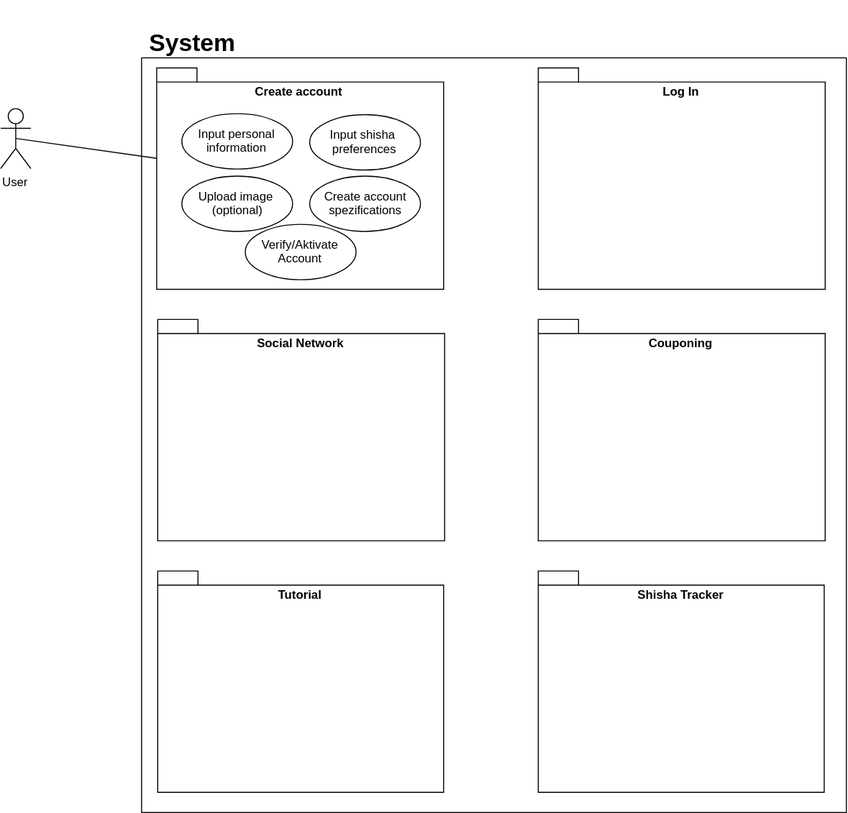
The draw.io diagram documentation/SheeshAppOUCD.svg in DawidMa/sheeshApp, before a commit. Source tidied: cells renumbered, new cells last; positions are measured from the earlier drawing's top-left corner, leaving out a move shared by most shapes. Source of this version:
```xml
<mxGraphModel background="#ffffff">
  <root>
    <mxCell id="0" />
    <mxCell id="1" parent="0" />
    <mxCell id="2" value="User" style="shape=umlActor;verticalLabelPosition=bottom;labelBackgroundColor=#ffffff;verticalAlign=top;html=1;" parent="1" vertex="1">
      <mxGeometry y="100" width="30" height="60" as="geometry" />
    </mxCell>
    <mxCell id="3" style="html=1;" parent="1" vertex="1">
      <mxGeometry x="140" y="50" width="700" height="750" as="geometry" />
    </mxCell>
    <mxCell id="4" value="&lt;div&gt;&lt;br&gt;&lt;/div&gt;&lt;div&gt;System&lt;/div&gt;" style="text;strokeColor=none;fillColor=none;html=1;fontSize=24;fontStyle=1;verticalAlign=middle;align=center;" parent="1" vertex="1">
      <mxGeometry x="140" width="100" height="40" as="geometry" />
    </mxCell>
    <mxCell id="5" value="Create account" style="shape=folder;fontStyle=1;spacingTop=10;tabWidth=40;tabHeight=14;tabPosition=left;html=1;verticalAlign=top;labelPosition=center;verticalLabelPosition=middle;align=center;" parent="1" vertex="1">
      <mxGeometry x="155" y="60" width="285" height="220" as="geometry" />
    </mxCell>
    <mxCell id="6" value="Input personal&lt;div&gt;information&lt;/div&gt;" style="ellipse;whiteSpace=wrap;html=1;" parent="1" vertex="1">
      <mxGeometry x="180" y="105" width="110" height="55" as="geometry" />
    </mxCell>
    <mxCell id="7" value="Input shisha&amp;nbsp;&lt;div&gt;preferences&lt;/div&gt;" style="ellipse;whiteSpace=wrap;html=1;" parent="1" vertex="1">
      <mxGeometry x="307" y="106" width="110" height="55" as="geometry" />
    </mxCell>
    <mxCell id="8" value="Verify/Aktivate&lt;div&gt;Account&lt;/div&gt;" style="ellipse;whiteSpace=wrap;html=1;" parent="1" vertex="1">
      <mxGeometry x="243" y="215" width="110" height="55" as="geometry" />
    </mxCell>
    <mxCell id="9" value="Upload image&amp;nbsp;&lt;div&gt;(optional)&lt;/div&gt;" style="ellipse;whiteSpace=wrap;html=1;" parent="1" vertex="1">
      <mxGeometry x="180" y="167" width="110" height="55" as="geometry" />
    </mxCell>
    <mxCell id="10" value="Create account&lt;div&gt;spezifications&lt;/div&gt;" style="ellipse;whiteSpace=wrap;html=1;" parent="1" vertex="1">
      <mxGeometry x="307" y="167" width="110" height="55" as="geometry" />
    </mxCell>
    <mxCell id="11" value="Log In" style="shape=folder;fontStyle=1;spacingTop=10;tabWidth=40;tabHeight=14;tabPosition=left;html=1;verticalAlign=top;labelPosition=center;verticalLabelPosition=middle;align=center;" parent="1" vertex="1">
      <mxGeometry x="534" y="60" width="285" height="220" as="geometry" />
    </mxCell>
    <mxCell id="12" style="endArrow=none;html=1;exitX=0.5;exitY=0.5;exitPerimeter=0;" parent="1" edge="1" source="2" target="5">
      <mxGeometry relative="1" as="geometry" />
    </mxCell>
    <mxCell id="13" value="Social Network" style="shape=folder;fontStyle=1;spacingTop=10;tabWidth=40;tabHeight=14;tabPosition=left;html=1;verticalAlign=top;labelPosition=center;verticalLabelPosition=middle;align=center;" parent="1" vertex="1">
      <mxGeometry x="156" y="310" width="285" height="220" as="geometry" />
    </mxCell>
    <mxCell id="14" value="Couponing" style="shape=folder;fontStyle=1;spacingTop=10;tabWidth=40;tabHeight=14;tabPosition=left;html=1;verticalAlign=top;labelPosition=center;verticalLabelPosition=middle;align=center;" parent="1" vertex="1">
      <mxGeometry x="534" y="310" width="285" height="220" as="geometry" />
    </mxCell>
    <mxCell id="15" value="Tutorial" style="shape=folder;fontStyle=1;spacingTop=10;tabWidth=40;tabHeight=14;tabPosition=left;html=1;verticalAlign=top;labelPosition=center;verticalLabelPosition=middle;align=center;" parent="1" vertex="1">
      <mxGeometry x="156" y="560" width="284" height="220" as="geometry" />
    </mxCell>
    <mxCell id="16" value="Shisha Tracker" style="shape=folder;fontStyle=1;spacingTop=10;tabWidth=40;tabHeight=14;tabPosition=left;html=1;verticalAlign=top;labelPosition=center;verticalLabelPosition=middle;align=center;" parent="1" vertex="1">
      <mxGeometry x="534" y="560" width="284" height="220" as="geometry" />
    </mxCell>
  </root>
</mxGraphModel>
```
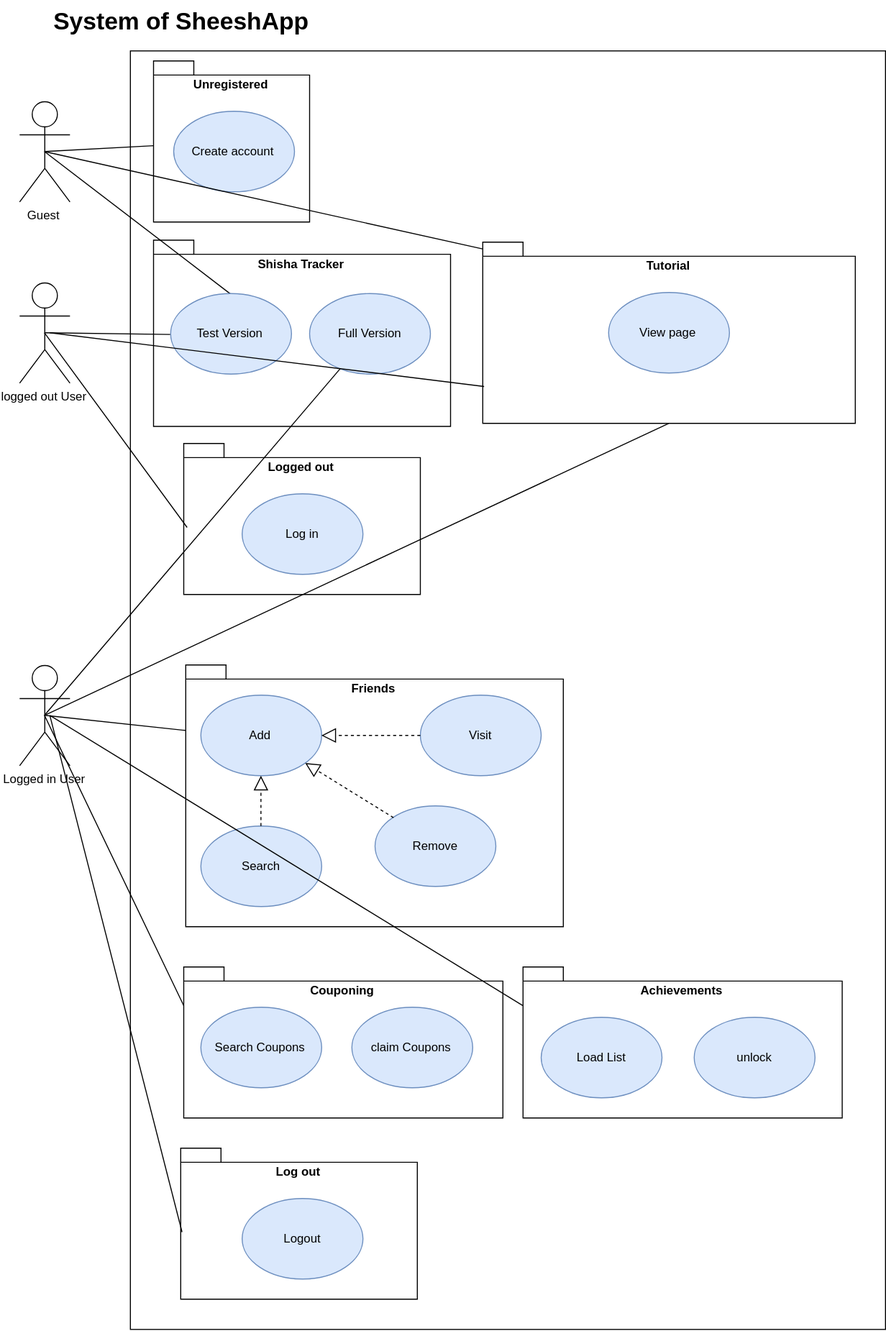
After the commit.

Change to the diagram source:
```diff
@@ -2,50 +2,137 @@
   <root>
     <mxCell id="0" />
     <mxCell id="1" parent="0" />
-    <mxCell id="2" value="User" style="shape=umlActor;verticalLabelPosition=bottom;labelBackgroundColor=#ffffff;verticalAlign=top;html=1;" parent="1" vertex="1">
-      <mxGeometry y="100" width="30" height="60" as="geometry" />
-    </mxCell>
     <mxCell id="3" style="html=1;" parent="1" vertex="1">
-      <mxGeometry x="140" y="50" width="700" height="750" as="geometry" />
+      <mxGeometry x="140" y="50" width="750" height="1270" as="geometry" />
     </mxCell>
+    <mxCell id="16" value="Shisha Tracker" style="shape=folder;fontStyle=1;spacingTop=10;tabWidth=40;tabHeight=14;tabPosition=left;html=1;verticalAlign=top;labelPosition=center;verticalLabelPosition=middle;align=center;" parent="1" vertex="1">
+      <mxGeometry x="163" y="238" width="295" height="185" as="geometry" />
+    </mxCell>
-    <mxCell id="4" value="&lt;div&gt;&lt;br&gt;&lt;/div&gt;&lt;div&gt;System&lt;/div&gt;" style="text;strokeColor=none;fillColor=none;html=1;fontSize=24;fontStyle=1;verticalAlign=middle;align=center;" parent="1" vertex="1">
+    <mxCell id="4" value="System of SheeshApp" style="text;strokeColor=none;fillColor=none;html=1;fontSize=24;fontStyle=1;verticalAlign=middle;align=center;" parent="1" vertex="1">
       <mxGeometry x="140" width="100" height="40" as="geometry" />
     </mxCell>
-    <mxCell id="5" value="Create account" style="shape=folder;fontStyle=1;spacingTop=10;tabWidth=40;tabHeight=14;tabPosition=left;html=1;verticalAlign=top;labelPosition=center;verticalLabelPosition=middle;align=center;" parent="1" vertex="1">
-      <mxGeometry x="155" y="60" width="285" height="220" as="geometry" />
+    <mxCell id="5" value="Unregistered" style="shape=folder;fontStyle=1;spacingTop=10;tabWidth=40;tabHeight=14;tabPosition=left;html=1;verticalAlign=top;labelPosition=center;verticalLabelPosition=middle;align=center;" parent="1" vertex="1">
+      <mxGeometry x="163" y="60" width="155" height="160" as="geometry" />
     </mxCell>
-    <mxCell id="6" value="Input personal&lt;div&gt;information&lt;/div&gt;" style="ellipse;whiteSpace=wrap;html=1;" parent="1" vertex="1">
-      <mxGeometry x="180" y="105" width="110" height="55" as="geometry" />
-    </mxCell>
-    <mxCell id="7" value="Input shisha&amp;nbsp;&lt;div&gt;preferences&lt;/div&gt;" style="ellipse;whiteSpace=wrap;html=1;" parent="1" vertex="1">
-      <mxGeometry x="307" y="106" width="110" height="55" as="geometry" />
-    </mxCell>
-    <mxCell id="8" value="Verify/Aktivate&lt;div&gt;Account&lt;/div&gt;" style="ellipse;whiteSpace=wrap;html=1;" parent="1" vertex="1">
-      <mxGeometry x="243" y="215" width="110" height="55" as="geometry" />
-    </mxCell>
-    <mxCell id="9" value="Upload image&amp;nbsp;&lt;div&gt;(optional)&lt;/div&gt;" style="ellipse;whiteSpace=wrap;html=1;" parent="1" vertex="1">
-      <mxGeometry x="180" y="167" width="110" height="55" as="geometry" />
-    </mxCell>
-    <mxCell id="10" value="Create account&lt;div&gt;spezifications&lt;/div&gt;" style="ellipse;whiteSpace=wrap;html=1;" parent="1" vertex="1">
-      <mxGeometry x="307" y="167" width="110" height="55" as="geometry" />
-    </mxCell>
-    <mxCell id="11" value="Log In" style="shape=folder;fontStyle=1;spacingTop=10;tabWidth=40;tabHeight=14;tabPosition=left;html=1;verticalAlign=top;labelPosition=center;verticalLabelPosition=middle;align=center;" parent="1" vertex="1">
-      <mxGeometry x="534" y="60" width="285" height="220" as="geometry" />
+    <mxCell id="11" value="Logged out" style="shape=folder;fontStyle=1;spacingTop=10;tabWidth=40;tabHeight=14;tabPosition=left;html=1;verticalAlign=top;labelPosition=center;verticalLabelPosition=middle;align=center;" parent="1" vertex="1">
+      <mxGeometry x="193" y="440" width="235" height="150" as="geometry" />
     </mxCell>
     <mxCell id="12" style="endArrow=none;html=1;exitX=0.5;exitY=0.5;exitPerimeter=0;" parent="1" edge="1" source="2" target="5">
       <mxGeometry relative="1" as="geometry" />
     </mxCell>
-    <mxCell id="13" value="Social Network" style="shape=folder;fontStyle=1;spacingTop=10;tabWidth=40;tabHeight=14;tabPosition=left;html=1;verticalAlign=top;labelPosition=center;verticalLabelPosition=middle;align=center;" parent="1" vertex="1">
-      <mxGeometry x="156" y="310" width="285" height="220" as="geometry" />
+    <mxCell id="13" value="Friends" style="shape=folder;fontStyle=1;spacingTop=10;tabWidth=40;tabHeight=14;tabPosition=left;html=1;verticalAlign=top;labelPosition=center;verticalLabelPosition=middle;align=center;" parent="1" vertex="1">
+      <mxGeometry x="195" y="660" width="375" height="260" as="geometry" />
     </mxCell>
     <mxCell id="14" value="Couponing" style="shape=folder;fontStyle=1;spacingTop=10;tabWidth=40;tabHeight=14;tabPosition=left;html=1;verticalAlign=top;labelPosition=center;verticalLabelPosition=middle;align=center;" parent="1" vertex="1">
-      <mxGeometry x="534" y="310" width="285" height="220" as="geometry" />
+      <mxGeometry x="193" y="960" width="317" height="150" as="geometry" />
     </mxCell>
     <mxCell id="15" value="Tutorial" style="shape=folder;fontStyle=1;spacingTop=10;tabWidth=40;tabHeight=14;tabPosition=left;html=1;verticalAlign=top;labelPosition=center;verticalLabelPosition=middle;align=center;" parent="1" vertex="1">
-      <mxGeometry x="156" y="560" width="284" height="220" as="geometry" />
+      <mxGeometry x="490" y="240" width="370" height="180" as="geometry" />
     </mxCell>
-    <mxCell id="16" value="Shisha Tracker" style="shape=folder;fontStyle=1;spacingTop=10;tabWidth=40;tabHeight=14;tabPosition=left;html=1;verticalAlign=top;labelPosition=center;verticalLabelPosition=middle;align=center;" parent="1" vertex="1">
-      <mxGeometry x="534" y="560" width="284" height="220" as="geometry" />
-    </mxCell>
+    <mxCell id="17" value="Create account" style="ellipse;whiteSpace=wrap;html=1;fillColor=#dae8fc;strokeColor=#6c8ebf;" parent="1" vertex="1">
+      <mxGeometry x="183" y="110" width="120" height="80" as="geometry" />
+    </mxCell>
+    <mxCell id="2" value="Guest" style="shape=umlActor;verticalLabelPosition=bottom;labelBackgroundColor=#ffffff;verticalAlign=top;html=1;fillColor=#ffffff;strokeColor=#000000;" parent="1" vertex="1">
+      <mxGeometry x="30" y="100" width="50" height="100" as="geometry" />
+    </mxCell>
+    <mxCell id="18" value="Full Version" style="ellipse;whiteSpace=wrap;html=1;fillColor=#dae8fc;strokeColor=#6c8ebf;" parent="1" vertex="1">
+      <mxGeometry x="318" y="291" width="120" height="80" as="geometry" />
+    </mxCell>
+    <mxCell id="19" value="logged out User" style="shape=umlActor;verticalLabelPosition=bottom;labelBackgroundColor=#ffffff;verticalAlign=top;html=1;fillColor=#ffffff;strokeColor=#000000;" parent="1" vertex="1">
+      <mxGeometry x="30" y="280" width="50" height="100" as="geometry" />
+    </mxCell>
+    <mxCell id="20" style="endArrow=none;html=1;exitX=0.5;exitY=0.5;exitPerimeter=0;entryX=0.011;entryY=0.559;entryPerimeter=0;" parent="1" edge="1" source="19" target="11">
+      <mxGeometry relative="1" as="geometry" />
+    </mxCell>
+    <mxCell id="21" style="endArrow=none;html=1;exitX=0.5;exitY=0.5;exitPerimeter=0;entryX=0;entryY=0.5;" parent="1" edge="1" source="19" target="26">
+      <mxGeometry relative="1" as="geometry" />
+    </mxCell>
+    <mxCell id="22" value="Log in" style="ellipse;whiteSpace=wrap;html=1;fillColor=#dae8fc;strokeColor=#6c8ebf;" parent="1" vertex="1">
+      <mxGeometry x="251" y="490" width="120" height="80" as="geometry" />
+    </mxCell>
+    <mxCell id="23" value="Logged in User" style="shape=umlActor;verticalLabelPosition=bottom;labelBackgroundColor=#ffffff;verticalAlign=top;html=1;fillColor=#ffffff;strokeColor=#000000;" parent="1" vertex="1">
+      <mxGeometry x="30" y="660" width="50" height="100" as="geometry" />
+    </mxCell>
+    <mxCell id="24" style="endArrow=none;html=1;exitX=0.5;exitY=0.5;exitPerimeter=0;" parent="1" edge="1" source="23" target="18">
+      <mxGeometry relative="1" as="geometry" />
+    </mxCell>
+    <mxCell id="25" style="endArrow=none;html=1;exitX=0.5;exitY=0.5;exitPerimeter=0;entryX=0.5;entryY=0;" parent="1" edge="1" source="2" target="26">
+      <mxGeometry relative="1" as="geometry" />
+    </mxCell>
+    <mxCell id="26" value="Test Version" style="ellipse;whiteSpace=wrap;html=1;fillColor=#dae8fc;strokeColor=#6c8ebf;" parent="1" vertex="1">
+      <mxGeometry x="180" y="291" width="120" height="80" as="geometry" />
+    </mxCell>
+    <mxCell id="27" value="View page" style="ellipse;whiteSpace=wrap;html=1;fillColor=#dae8fc;strokeColor=#6c8ebf;" parent="1" vertex="1">
+      <mxGeometry x="615" y="290" width="120" height="80" as="geometry" />
+    </mxCell>
+    <mxCell id="28" style="endArrow=none;html=1;exitX=0.5;exitY=0.5;exitPerimeter=0;entryX=-0.003;entryY=0.033;entryPerimeter=0;" parent="1" edge="1" source="2" target="15">
+      <mxGeometry relative="1" as="geometry" />
+    </mxCell>
+    <mxCell id="29" style="endArrow=none;html=1;entryX=0.005;entryY=0.794;entryPerimeter=0;" parent="1" edge="1" target="15">
+      <mxGeometry relative="1" as="geometry">
+        <mxPoint x="60" y="330" as="sourcePoint" />
+      </mxGeometry>
+    </mxCell>
+    <mxCell id="30" style="endArrow=none;html=1;exitX=0.5;exitY=0.5;exitPerimeter=0;entryX=0.5;entryY=1;" parent="1" edge="1" source="23" target="15">
+      <mxGeometry relative="1" as="geometry" />
+    </mxCell>
+    <mxCell id="31" value="Remove" style="ellipse;whiteSpace=wrap;html=1;fillColor=#dae8fc;strokeColor=#6c8ebf;" parent="1" vertex="1">
+      <mxGeometry x="383" y="800" width="120" height="80" as="geometry" />
+    </mxCell>
+    <mxCell id="32" value="Add" style="ellipse;whiteSpace=wrap;html=1;fillColor=#dae8fc;strokeColor=#6c8ebf;" parent="1" vertex="1">
+      <mxGeometry x="210" y="690" width="120" height="80" as="geometry" />
+    </mxCell>
+    <mxCell id="33" value="Visit" style="ellipse;whiteSpace=wrap;html=1;fillColor=#dae8fc;strokeColor=#6c8ebf;" parent="1" vertex="1">
+      <mxGeometry x="428" y="690" width="120" height="80" as="geometry" />
+    </mxCell>
+    <mxCell id="34" value="Search" style="ellipse;whiteSpace=wrap;html=1;fillColor=#dae8fc;strokeColor=#6c8ebf;" parent="1" vertex="1">
+      <mxGeometry x="210" y="820" width="120" height="80" as="geometry" />
+    </mxCell>
+    <mxCell id="35" style="endArrow=block;dashed=1;endFill=0;endSize=12;html=1;exitX=0;exitY=0;" parent="1" edge="1" source="31" target="32">
+      <mxGeometry relative="1" as="geometry" />
+    </mxCell>
+    <mxCell id="36" style="endArrow=block;dashed=1;endFill=0;endSize=12;html=1;entryX=1;entryY=0.5;" parent="1" edge="1" source="33" target="32">
+      <mxGeometry relative="1" as="geometry" />
+    </mxCell>
+    <mxCell id="37" style="endArrow=block;dashed=1;endFill=0;endSize=12;html=1;exitX=0.5;exitY=0;entryX=0.5;entryY=1;" parent="1" edge="1" source="34" target="32">
+      <mxGeometry relative="1" as="geometry" />
+    </mxCell>
+    <mxCell id="38" style="endArrow=none;html=1;exitX=0.5;exitY=0.5;exitPerimeter=0;entryX=0;entryY=0.25;" parent="1" edge="1" source="23" target="13">
+      <mxGeometry relative="1" as="geometry" />
+    </mxCell>
+    <mxCell id="39" value="Search Coupons" style="ellipse;whiteSpace=wrap;html=1;fillColor=#dae8fc;strokeColor=#6c8ebf;" parent="1" vertex="1">
+      <mxGeometry x="210" y="1000" width="120" height="80" as="geometry" />
+    </mxCell>
+    <mxCell id="40" style="endArrow=none;html=1;exitX=0.5;exitY=0.5;exitPerimeter=0;entryX=0;entryY=0.25;" parent="1" edge="1" source="23" target="14">
+      <mxGeometry relative="1" as="geometry" />
+    </mxCell>
+    <mxCell id="41" value="claim Coupons" style="ellipse;whiteSpace=wrap;html=1;fillColor=#dae8fc;strokeColor=#6c8ebf;" parent="1" vertex="1">
+      <mxGeometry x="360" y="1000" width="120" height="80" as="geometry" />
+    </mxCell>
+    <mxCell id="42" value="Log out" style="shape=folder;fontStyle=1;spacingTop=10;tabWidth=40;tabHeight=14;tabPosition=left;html=1;verticalAlign=top;labelPosition=center;verticalLabelPosition=middle;align=center;" parent="1" vertex="1">
+      <mxGeometry x="190" y="1140" width="235" height="150" as="geometry" />
+    </mxCell>
+    <mxCell id="43" value="Logout" style="ellipse;whiteSpace=wrap;html=1;fillColor=#dae8fc;strokeColor=#6c8ebf;" parent="1" vertex="1">
+      <mxGeometry x="251" y="1190" width="120" height="80" as="geometry" />
+    </mxCell>
+    <mxCell id="44" style="endArrow=none;html=1;entryX=0.006;entryY=0.559;entryPerimeter=0;" parent="1" edge="1" target="42">
+      <mxGeometry relative="1" as="geometry">
+        <mxPoint x="60" y="710" as="sourcePoint" />
+      </mxGeometry>
+    </mxCell>
+    <mxCell id="45" value="Achievements" style="shape=folder;fontStyle=1;spacingTop=10;tabWidth=40;tabHeight=14;tabPosition=left;html=1;verticalAlign=top;labelPosition=center;verticalLabelPosition=middle;align=center;" parent="1" vertex="1">
+      <mxGeometry x="530" y="960" width="317" height="150" as="geometry" />
+    </mxCell>
+    <mxCell id="46" value="Load List" style="ellipse;whiteSpace=wrap;html=1;fillColor=#dae8fc;strokeColor=#6c8ebf;" parent="1" vertex="1">
+      <mxGeometry x="548" y="1010" width="120" height="80" as="geometry" />
+    </mxCell>
+    <mxCell id="47" value="unlock" style="ellipse;whiteSpace=wrap;html=1;fillColor=#dae8fc;strokeColor=#6c8ebf;" parent="1" vertex="1">
+      <mxGeometry x="700" y="1010" width="120" height="80" as="geometry" />
+    </mxCell>
+    <mxCell id="48" style="endArrow=none;html=1;entryX=0;entryY=0.25;" parent="1" edge="1" target="45">
+      <mxGeometry relative="1" as="geometry">
+        <mxPoint x="60" y="710" as="sourcePoint" />
+      </mxGeometry>
+    </mxCell>
   </root>
 </mxGraphModel>
```
